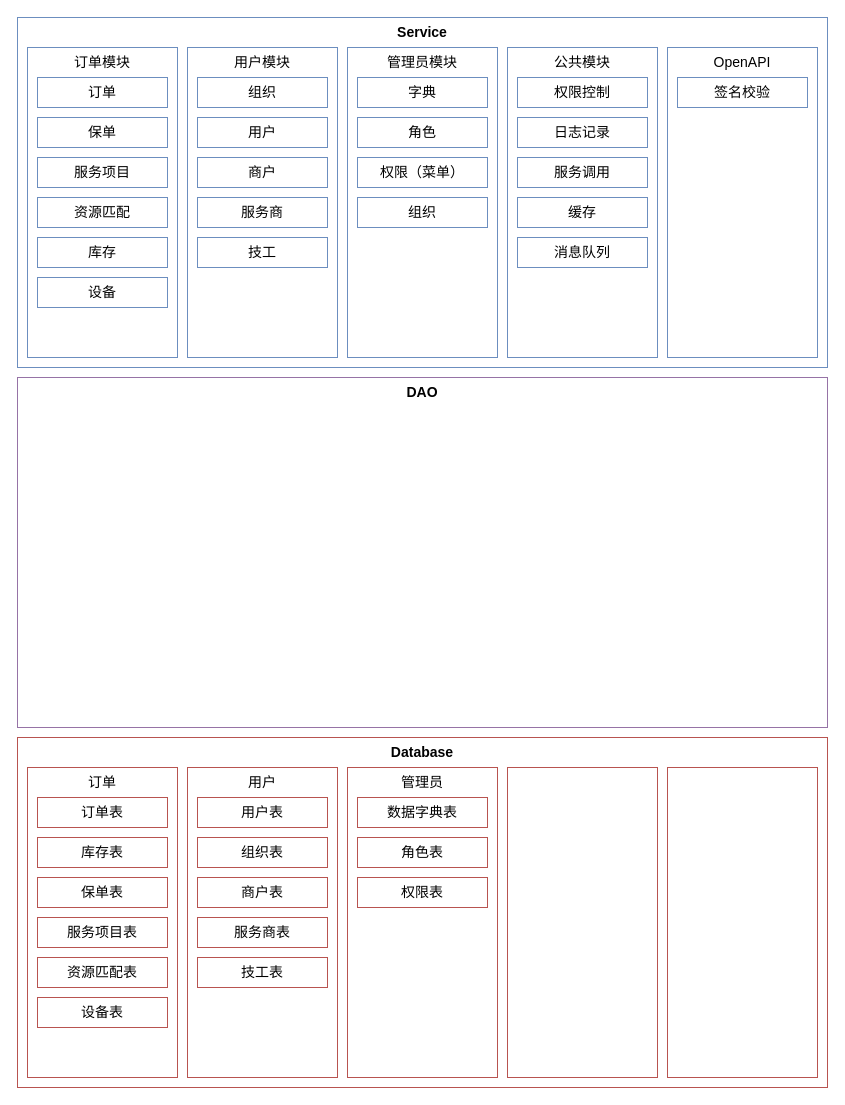
Earlier version of the draw.io diagram architecture-bao_huo_gan.drawio (Woobhurk/tyz-pic-repo). Source tidied: cells renumbered, new cells numbered last; positions are measured from the earlier drawing's top-left corner, leaving out a move shared by most shapes. Both pictures are drawn from the tidied source at 100%, with x=0, y=0 at pixel (17, 17).
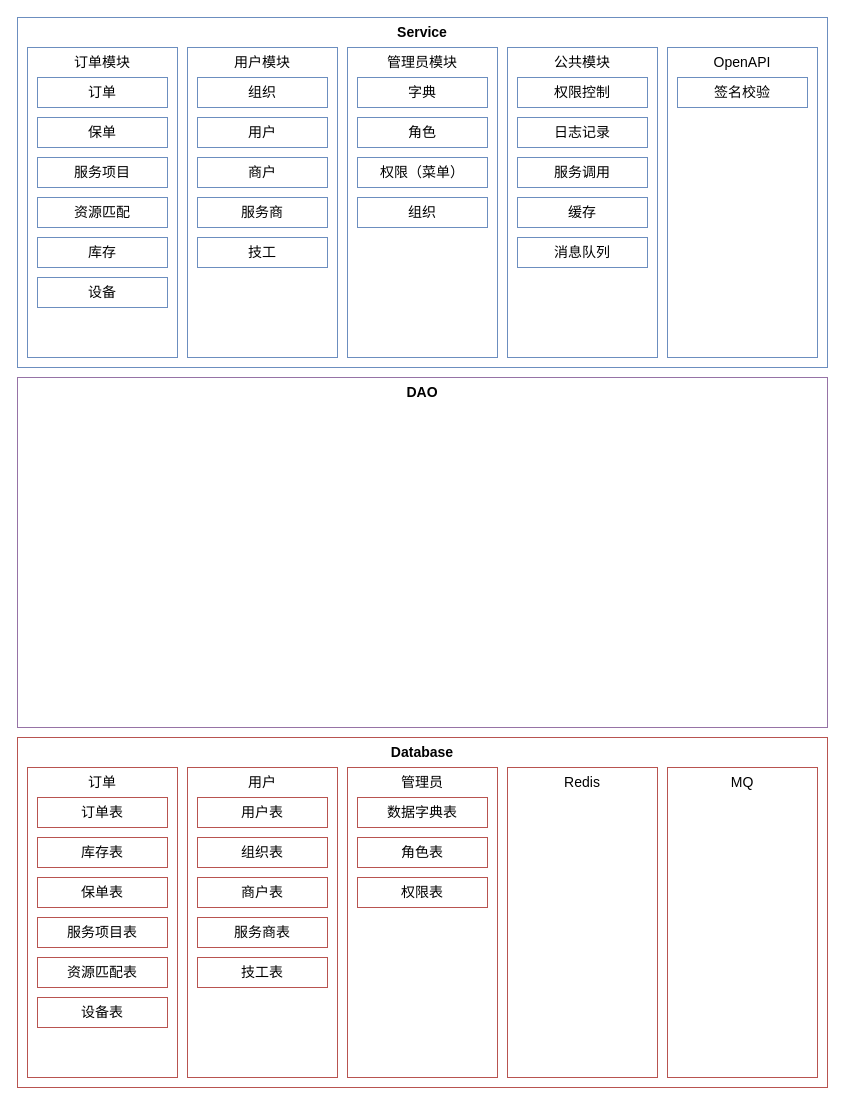
After the change.

Change to the diagram source:
```diff
@@
-    <mxCell id="28" style="rounded=0;whiteSpace=wrap;html=1;sketch=0;fontSize=14;align=center;strokeColor=#b85450;fillColor=none;verticalAlign=top;" parent="1" vertex="1">
+    <mxCell id="28" value="Redis" style="rounded=0;whiteSpace=wrap;html=1;sketch=0;fontSize=14;align=center;strokeColor=#b85450;fillColor=none;verticalAlign=top;" parent="1" vertex="1">
       <mxGeometry x="490" y="750" width="150" height="310" as="geometry" />
     </mxCell>
-    <mxCell id="29" style="rounded=0;whiteSpace=wrap;html=1;sketch=0;fontSize=14;align=center;strokeColor=#b85450;fillColor=none;verticalAlign=top;" parent="1" vertex="1">
+    <mxCell id="29" value="MQ" style="rounded=0;whiteSpace=wrap;html=1;sketch=0;fontSize=14;align=center;strokeColor=#b85450;fillColor=none;verticalAlign=top;" parent="1" vertex="1">
       <mxGeometry x="650" y="750" width="150" height="310" as="geometry" />
     </mxCell>
```
